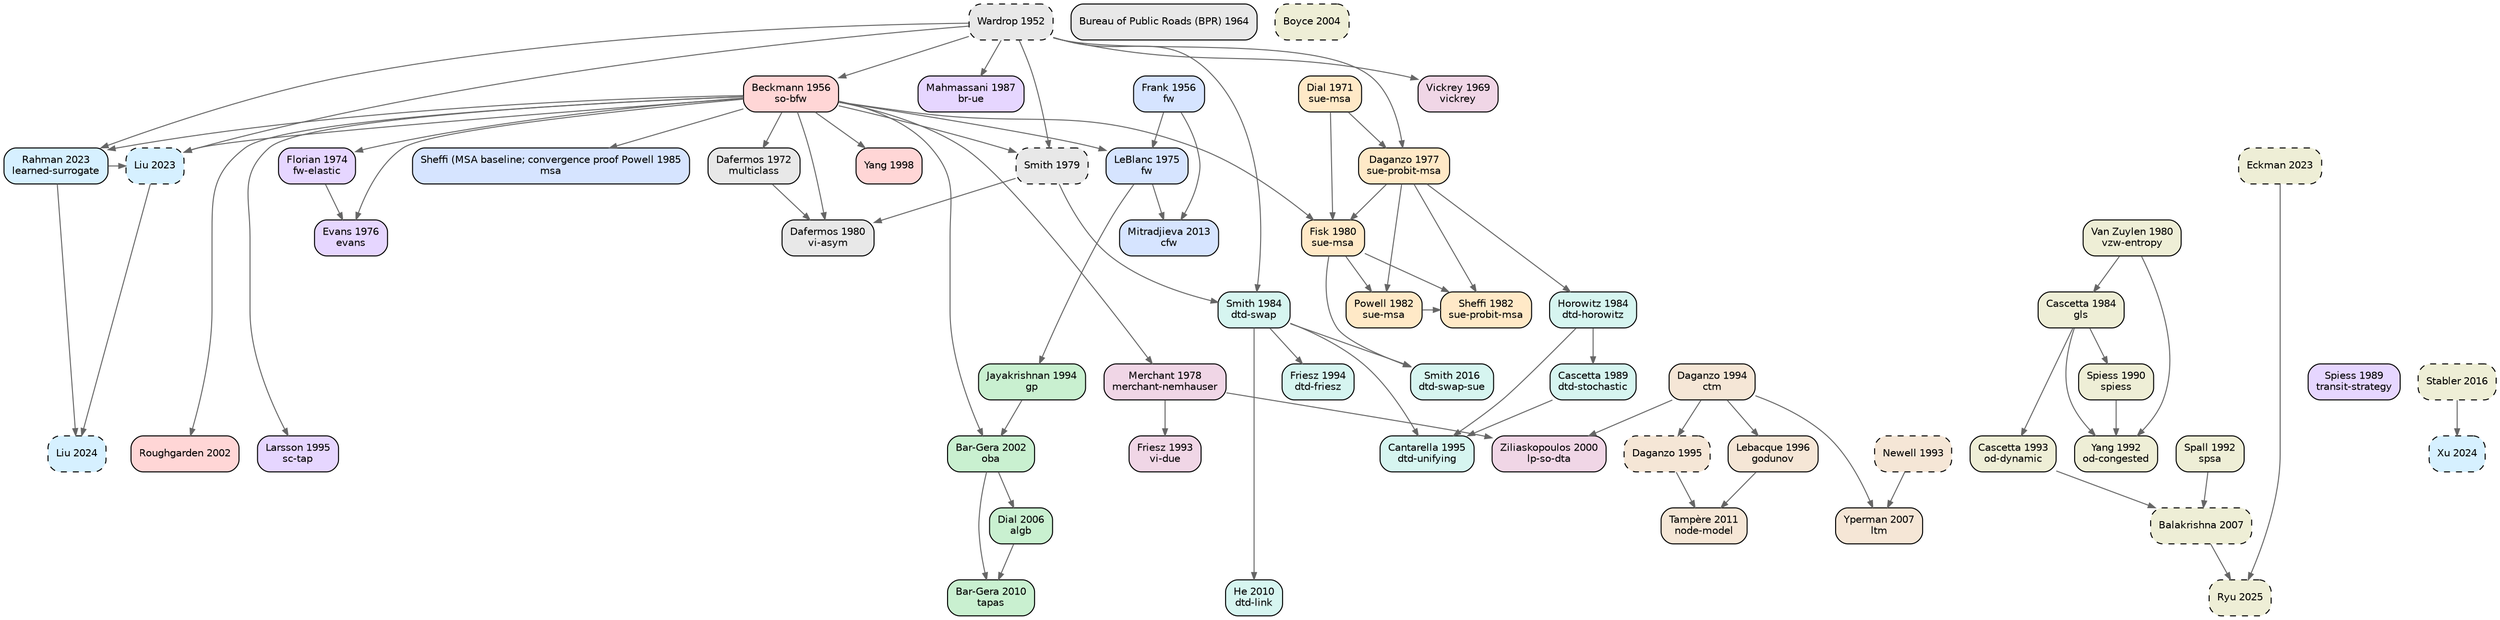
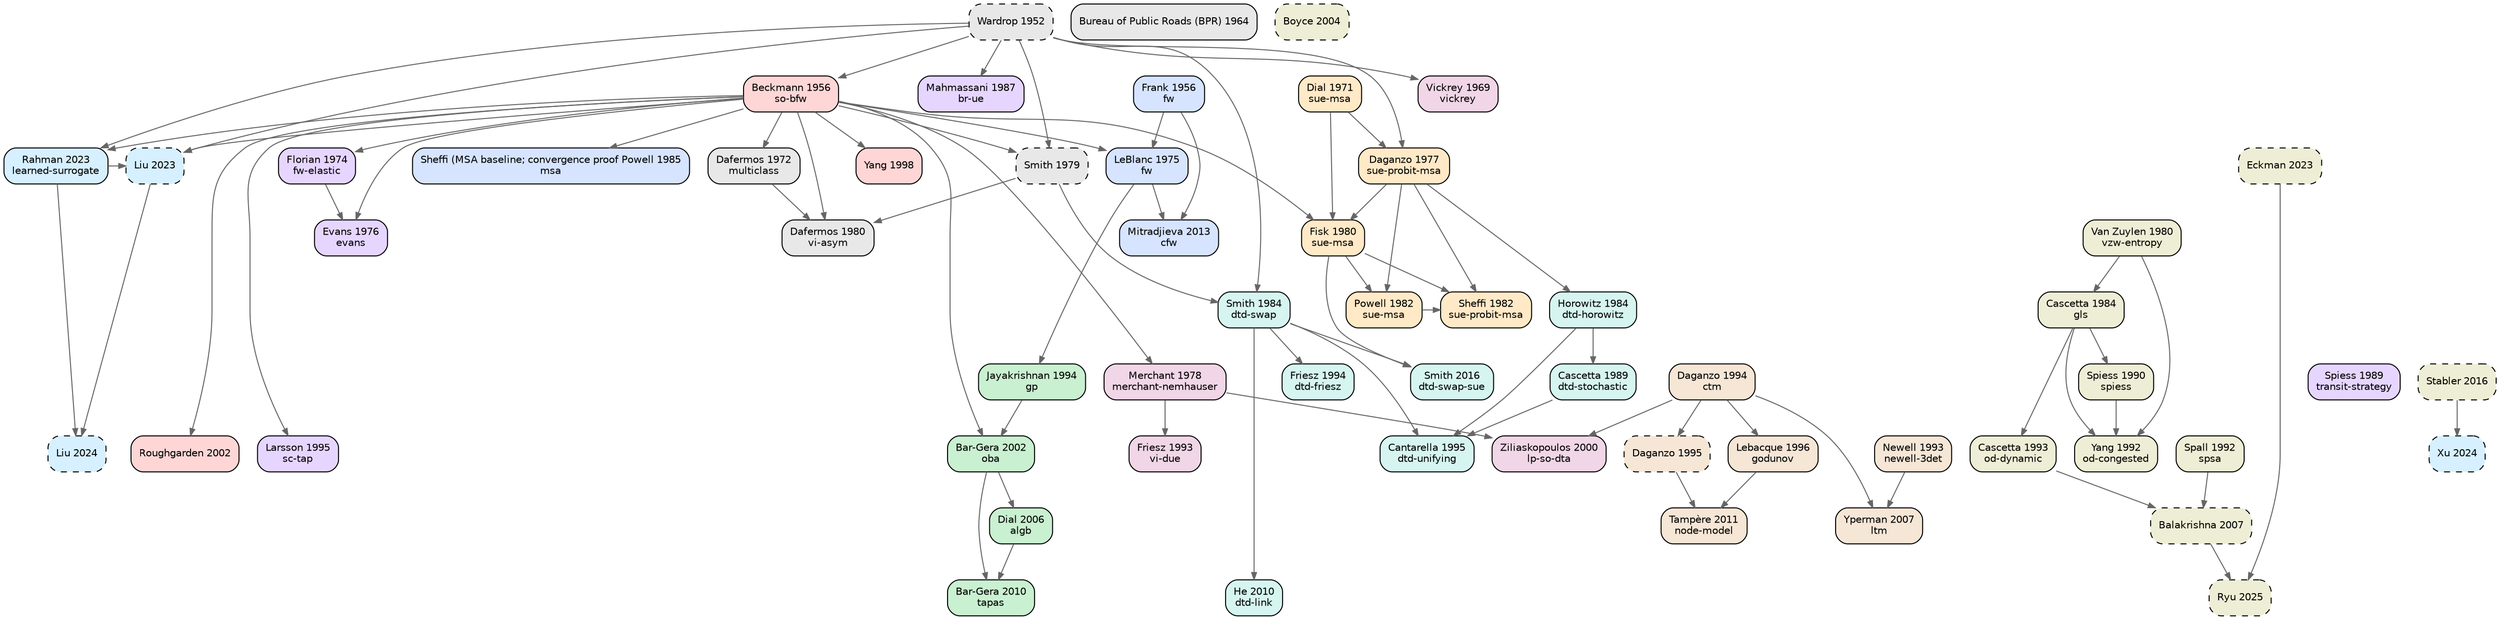
digraph TA_evolution {
  rankdir=TB; node [shape=box,style="rounded,filled",fontname="Helvetica",fontsize=10];
  edge [color="#666666",arrowsize=0.7];
  { rank=same; "wardrop1952some" }
  { rank=same; "frank1956algorithm" "beckmann1956studies" }
  { rank=same; "bpr1964traffic" }
  { rank=same; "vickrey1969congestion" }
  { rank=same; "dial1971probabilistic" }
  { rank=same; "dafermos1972traffic" }
  { rank=same; "florian1974method" }
  { rank=same; "leblanc1975efficient" }
  { rank=same; "evans1976derivation" }
  { rank=same; "daganzo1977stochastic" }
  { rank=same; "merchant1978model" }
  { rank=same; "smith1979existence" }
  { rank=same; "dafermos1980traffic" "fisk1980some" "vanzuylen1980most" }
  { rank=same; "powell1982convergence" "sheffi1982algorithm" }
  { rank=same; "horowitz1984stability" "smith1984stability" "cascetta1984estimation" }
  { rank=same; "sheffi1985urban" }
  { rank=same; "mahmassani1987on" }
  { rank=same; "spiess1989optimal" "cascetta1989stochastic" }
  { rank=same; "spiess1990gradient" }
  { rank=same; "spall1992multivariate" "yang1992estimation" }
  { rank=same; "newell1993simplified" "friesz1993variational" "cascetta1993dynamic" }
  { rank=same; "jayakrishnan1994faster" "friesz1994daytoday" "daganzo1994cell" }
  { rank=same; "larsson1995augmented" "cantarella1995dynamic" "daganzo1995cell" }
  { rank=same; "lebacque1996godunov" }
  { rank=same; "yang1998principle" }
  { rank=same; "ziliaskopoulos2000linear" }
  { rank=same; "bargera2002origin" "roughgarden2002how" }
  { rank=same; "boyce2004convergence" }
  { rank=same; "dial2006path" }
  { rank=same; "yperman2007link" "balakrishna2007offline" }
  { rank=same; "bargera2010traffic" "he2010linkbased" }
  { rank=same; "tampere2011generic" }
  { rank=same; "mitradjieva2013stiff" }
  { rank=same; "smith2016routeswapping" "stabler2016transportation" }
  { rank=same; "liu2023end" "rahman2023data" "eckman2023simopt" }
  { rank=same; "liu2024end" "xu2024unified" }
  { rank=same; "ryu2025bo4mob" }
  "wardrop1952some" [label="Wardrop 1952\n",fillcolor="#e8e8e8",style="rounded,filled,dashed"];
  "bpr1964traffic" [label="Bureau of Public Roads (BPR) 1964\n",fillcolor="#e8e8e8",style="rounded,filled"];
  "dafermos1972traffic" [label="Dafermos 1972\nmulticlass",fillcolor="#e8e8e8",style="rounded,filled"];
  "smith1979existence" [label="Smith 1979\n",fillcolor="#e8e8e8",style="rounded,filled,dashed"];
  "dafermos1980traffic" [label="Dafermos 1980\nvi-asym",fillcolor="#e8e8e8",style="rounded,filled"];
  "frank1956algorithm" [label="Frank 1956\nfw",fillcolor="#d6e4ff",style="rounded,filled"];
  "leblanc1975efficient" [label="LeBlanc 1975\nfw",fillcolor="#d6e4ff",style="rounded,filled"];
  "sheffi1985urban" [label="Sheffi (MSA baseline; convergence proof Powell 1985\nmsa",fillcolor="#d6e4ff",style="rounded,filled"];
  "mitradjieva2013stiff" [label="Mitradjieva 2013\ncfw",fillcolor="#d6e4ff",style="rounded,filled"];
  "jayakrishnan1994faster" [label="Jayakrishnan 1994\ngp",fillcolor="#c9f0d0",style="rounded,filled"];
  "bargera2002origin" [label="Bar-Gera 2002\noba",fillcolor="#c9f0d0",style="rounded,filled"];
  "dial2006path" [label="Dial 2006\nalgb",fillcolor="#c9f0d0",style="rounded,filled"];
  "bargera2010traffic" [label="Bar-Gera 2010\ntapas",fillcolor="#c9f0d0",style="rounded,filled"];
  "dial1971probabilistic" [label="Dial 1971\nsue-msa",fillcolor="#ffe9c7",style="rounded,filled"];
  "daganzo1977stochastic" [label="Daganzo 1977\nsue-probit-msa",fillcolor="#ffe9c7",style="rounded,filled"];
  "fisk1980some" [label="Fisk 1980\nsue-msa",fillcolor="#ffe9c7",style="rounded,filled"];
  "powell1982convergence" [label="Powell 1982\nsue-msa",fillcolor="#ffe9c7",style="rounded,filled"];
  "sheffi1982algorithm" [label="Sheffi 1982\nsue-probit-msa",fillcolor="#ffe9c7",style="rounded,filled"];
  "beckmann1956studies" [label="Beckmann 1956\nso-bfw",fillcolor="#ffd6d6",style="rounded,filled"];
  "yang1998principle" [label="Yang 1998\n",fillcolor="#ffd6d6",style="rounded,filled"];
  "roughgarden2002how" [label="Roughgarden 2002\n",fillcolor="#ffd6d6",style="rounded,filled"];
  "florian1974method" [label="Florian 1974\nfw-elastic",fillcolor="#e6d6ff",style="rounded,filled"];
  "evans1976derivation" [label="Evans 1976\nevans",fillcolor="#e6d6ff",style="rounded,filled"];
  "mahmassani1987on" [label="Mahmassani 1987\nbr-ue",fillcolor="#e6d6ff",style="rounded,filled"];
  "spiess1989optimal" [label="Spiess 1989\ntransit-strategy",fillcolor="#e6d6ff",style="rounded,filled"];
  "larsson1995augmented" [label="Larsson 1995\nsc-tap",fillcolor="#e6d6ff",style="rounded,filled"];
  "horowitz1984stability" [label="Horowitz 1984\ndtd-horowitz",fillcolor="#d6f5f0",style="rounded,filled"];
  "smith1984stability" [label="Smith 1984\ndtd-swap",fillcolor="#d6f5f0",style="rounded,filled"];
  "cascetta1989stochastic" [label="Cascetta 1989\ndtd-stochastic",fillcolor="#d6f5f0",style="rounded,filled"];
  "friesz1994daytoday" [label="Friesz 1994\ndtd-friesz",fillcolor="#d6f5f0",style="rounded,filled"];
  "cantarella1995dynamic" [label="Cantarella 1995\ndtd-unifying",fillcolor="#d6f5f0",style="rounded,filled"];
  "he2010linkbased" [label="He 2010\ndtd-link",fillcolor="#d6f5f0",style="rounded,filled"];
  "smith2016routeswapping" [label="Smith 2016\ndtd-swap-sue",fillcolor="#d6f5f0",style="rounded,filled"];
-   "newell1993simplified" [label="Newell 1993\n",fillcolor="#f5e6d6",style="rounded,filled,dashed"];
+   "newell1993simplified" [label="Newell 1993\nnewell-3det",fillcolor="#f5e6d6",style="rounded,filled"];
  "daganzo1994cell" [label="Daganzo 1994\nctm",fillcolor="#f5e6d6",style="rounded,filled"];
  "daganzo1995cell" [label="Daganzo 1995\n",fillcolor="#f5e6d6",style="rounded,filled,dashed"];
  "lebacque1996godunov" [label="Lebacque 1996\ngodunov",fillcolor="#f5e6d6",style="rounded,filled"];
  "yperman2007link" [label="Yperman 2007\nltm",fillcolor="#f5e6d6",style="rounded,filled"];
  "tampere2011generic" [label="Tampère 2011\nnode-model",fillcolor="#f5e6d6",style="rounded,filled"];
  "vickrey1969congestion" [label="Vickrey 1969\nvickrey",fillcolor="#f0d6e6",style="rounded,filled"];
  "merchant1978model" [label="Merchant 1978\nmerchant-nemhauser",fillcolor="#f0d6e6",style="rounded,filled"];
  "friesz1993variational" [label="Friesz 1993\nvi-due",fillcolor="#f0d6e6",style="rounded,filled"];
  "ziliaskopoulos2000linear" [label="Ziliaskopoulos 2000\nlp-so-dta",fillcolor="#f0d6e6",style="rounded,filled"];
  "liu2023end" [label="Liu 2023\n",fillcolor="#d6f0ff",style="rounded,filled,dashed"];
  "rahman2023data" [label="Rahman 2023\nlearned-surrogate",fillcolor="#d6f0ff",style="rounded,filled"];
  "liu2024end" [label="Liu 2024\n",fillcolor="#d6f0ff",style="rounded,filled,dashed"];
  "xu2024unified" [label="Xu 2024\n",fillcolor="#d6f0ff",style="rounded,filled,dashed"];
  "vanzuylen1980most" [label="Van Zuylen 1980\nvzw-entropy",fillcolor="#eeeed6",style="rounded,filled"];
  "cascetta1984estimation" [label="Cascetta 1984\ngls",fillcolor="#eeeed6",style="rounded,filled"];
  "spiess1990gradient" [label="Spiess 1990\nspiess",fillcolor="#eeeed6",style="rounded,filled"];
  "spall1992multivariate" [label="Spall 1992\nspsa",fillcolor="#eeeed6",style="rounded,filled"];
  "yang1992estimation" [label="Yang 1992\nod-congested",fillcolor="#eeeed6",style="rounded,filled"];
  "cascetta1993dynamic" [label="Cascetta 1993\nod-dynamic",fillcolor="#eeeed6",style="rounded,filled"];
  "boyce2004convergence" [label="Boyce 2004\n",fillcolor="#eeeed6",style="rounded,filled,dashed"];
  "balakrishna2007offline" [label="Balakrishna 2007\n",fillcolor="#eeeed6",style="rounded,filled,dashed"];
  "stabler2016transportation" [label="Stabler 2016\n",fillcolor="#eeeed6",style="rounded,filled,dashed"];
  "eckman2023simopt" [label="Eckman 2023\n",fillcolor="#eeeed6",style="rounded,filled,dashed"];
  "ryu2025bo4mob" [label="Ryu 2025\n",fillcolor="#eeeed6",style="rounded,filled,dashed"];
  "beckmann1956studies" -> "dafermos1972traffic";
  "wardrop1952some" -> "smith1979existence";
  "beckmann1956studies" -> "smith1979existence";
  "smith1979existence" -> "dafermos1980traffic";
  "beckmann1956studies" -> "dafermos1980traffic";
  "dafermos1972traffic" -> "dafermos1980traffic";
  "frank1956algorithm" -> "leblanc1975efficient";
  "beckmann1956studies" -> "leblanc1975efficient";
  "beckmann1956studies" -> "sheffi1985urban";
  "leblanc1975efficient" -> "mitradjieva2013stiff";
  "frank1956algorithm" -> "mitradjieva2013stiff";
  "leblanc1975efficient" -> "jayakrishnan1994faster";
  "jayakrishnan1994faster" -> "bargera2002origin";
  "beckmann1956studies" -> "bargera2002origin";
  "bargera2002origin" -> "dial2006path";
  "dial2006path" -> "bargera2010traffic";
  "bargera2002origin" -> "bargera2010traffic";
  "dial1971probabilistic" -> "daganzo1977stochastic";
  "wardrop1952some" -> "daganzo1977stochastic";
  "daganzo1977stochastic" -> "fisk1980some";
  "dial1971probabilistic" -> "fisk1980some";
  "beckmann1956studies" -> "fisk1980some";
  "fisk1980some" -> "powell1982convergence";
  "daganzo1977stochastic" -> "powell1982convergence";
  "daganzo1977stochastic" -> "sheffi1982algorithm";
  "powell1982convergence" -> "sheffi1982algorithm";
  "fisk1980some" -> "sheffi1982algorithm";
  "wardrop1952some" -> "beckmann1956studies";
  "beckmann1956studies" -> "yang1998principle";
  "beckmann1956studies" -> "roughgarden2002how";
  "beckmann1956studies" -> "florian1974method";
  "beckmann1956studies" -> "evans1976derivation";
  "florian1974method" -> "evans1976derivation";
  "wardrop1952some" -> "mahmassani1987on";
  "beckmann1956studies" -> "larsson1995augmented";
  "daganzo1977stochastic" -> "horowitz1984stability";
  "smith1979existence" -> "smith1984stability";
  "wardrop1952some" -> "smith1984stability";
  "horowitz1984stability" -> "cascetta1989stochastic";
  "smith1984stability" -> "friesz1994daytoday";
  "cascetta1989stochastic" -> "cantarella1995dynamic";
  "smith1984stability" -> "cantarella1995dynamic";
  "horowitz1984stability" -> "cantarella1995dynamic";
  "smith1984stability" -> "he2010linkbased";
  "smith1984stability" -> "smith2016routeswapping";
  "fisk1980some" -> "smith2016routeswapping";
  "daganzo1994cell" -> "daganzo1995cell";
  "daganzo1994cell" -> "lebacque1996godunov";
  "newell1993simplified" -> "yperman2007link";
  "daganzo1994cell" -> "yperman2007link";
  "daganzo1995cell" -> "tampere2011generic";
  "lebacque1996godunov" -> "tampere2011generic";
  "wardrop1952some" -> "vickrey1969congestion";
  "beckmann1956studies" -> "merchant1978model";
  "merchant1978model" -> "friesz1993variational";
  "merchant1978model" -> "ziliaskopoulos2000linear";
  "daganzo1994cell" -> "ziliaskopoulos2000linear";
  "rahman2023data" -> "liu2023end";
  "beckmann1956studies" -> "liu2023end";
  "wardrop1952some" -> "liu2023end";
  "wardrop1952some" -> "rahman2023data";
  "beckmann1956studies" -> "rahman2023data";
  "rahman2023data" -> "liu2024end";
  "liu2023end" -> "liu2024end";
  "stabler2016transportation" -> "xu2024unified";
  "vanzuylen1980most" -> "cascetta1984estimation";
  "cascetta1984estimation" -> "spiess1990gradient";
  "cascetta1984estimation" -> "yang1992estimation";
  "spiess1990gradient" -> "yang1992estimation";
  "vanzuylen1980most" -> "yang1992estimation";
  "cascetta1984estimation" -> "cascetta1993dynamic";
  "spall1992multivariate" -> "balakrishna2007offline";
  "cascetta1993dynamic" -> "balakrishna2007offline";
  "eckman2023simopt" -> "ryu2025bo4mob";
  "balakrishna2007offline" -> "ryu2025bo4mob";
}
